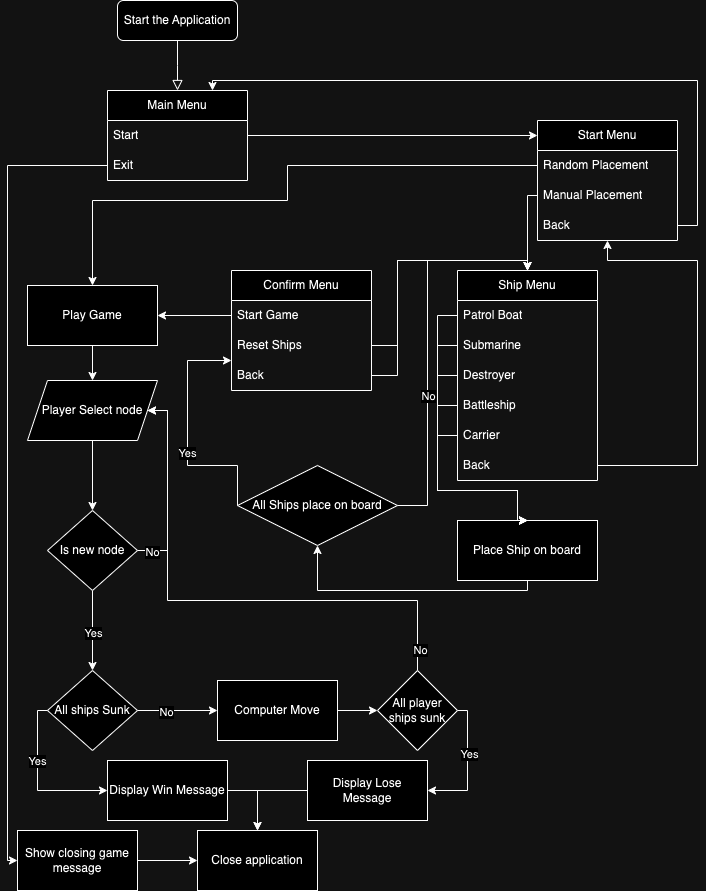
The draw.io diagram assets/documentation/flowchart.png in Hussain-Naik/PP3-Battleships, before a commit. Source tidied: cells renumbered, new cells last; positions are measured from the earlier drawing's top-left corner, leaving out a move shared by most shapes.
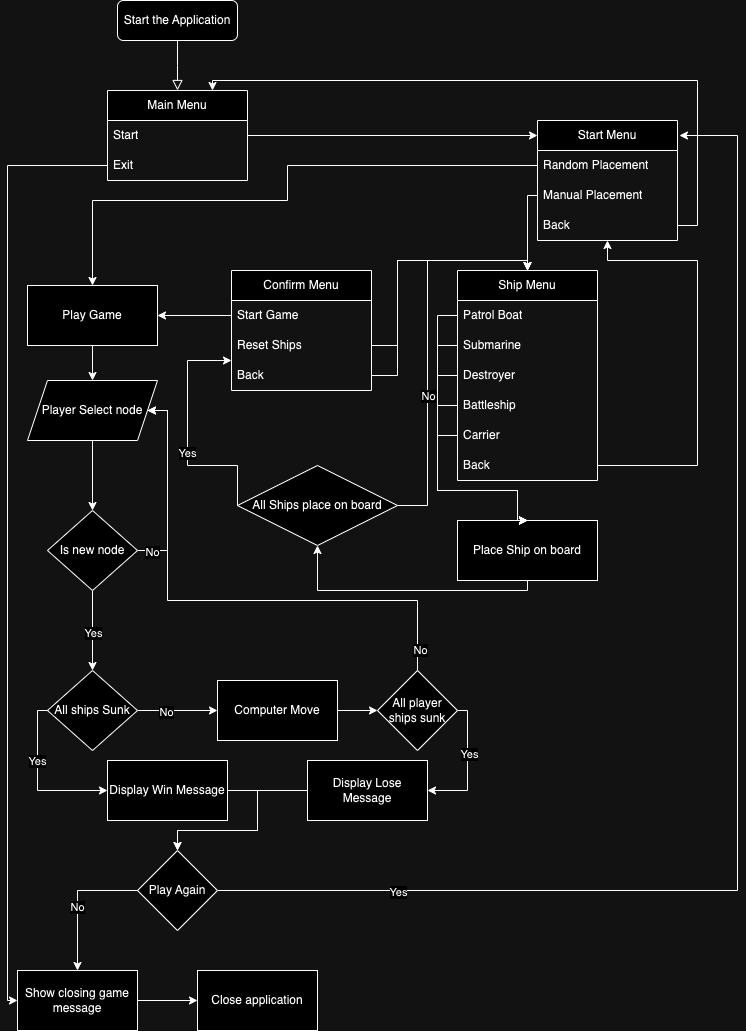
The same diagram one commit later.

Diff of the diagram source:
```diff
@@ -264,10 +264,10 @@
       <mxGeometry x="-0.85" y="-1" relative="1" as="geometry" />
     </mxCell>
     <mxCell id="61" value="Show closing game message" style="rounded=0;whiteSpace=wrap;html=1;" parent="1" vertex="1">
-      <mxGeometry y="830" width="120" height="60" as="geometry" />
+      <mxGeometry y="970" width="120" height="60" as="geometry" />
     </mxCell>
     <mxCell id="62" value="Close application" style="rounded=0;whiteSpace=wrap;html=1;" parent="1" vertex="1">
-      <mxGeometry x="180" y="830" width="120" height="60" as="geometry" />
+      <mxGeometry x="180" y="970" width="120" height="60" as="geometry" />
     </mxCell>
     <mxCell id="63" style="endArrow=classic;html=1;rounded=0;exitX=1;exitY=0.5;exitDx=0;exitDy=0;" parent="1" edge="1" source="61" target="62">
       <mxGeometry relative="1" as="geometry" />
@@ -290,11 +290,43 @@
     <mxCell id="69" value="Yes" style="edgeLabel;html=1;align=center;verticalAlign=middle;" parent="68" vertex="1">
       <mxGeometry x="-0.18" y="1" relative="1" as="geometry" />
     </mxCell>
-    <mxCell id="70" style="endArrow=classic;html=1;rounded=0;exitX=1;exitY=0.5;exitDx=0;exitDy=0;entryX=0.5;entryY=0;entryDx=0;entryDy=0;edgeStyle=orthogonalEdgeStyle;" parent="1" edge="1" source="64" target="62">
-      <mxGeometry relative="1" as="geometry" />
+    <mxCell id="70" style="endArrow=classic;html=1;rounded=0;exitX=1;exitY=0.5;exitDx=0;exitDy=0;entryX=0.5;entryY=0;entryDx=0;entryDy=0;edgeStyle=orthogonalEdgeStyle;" parent="1" edge="1" source="64" target="72">
+      <mxGeometry relative="1" as="geometry">
+        <Array as="points">
+          <mxPoint x="240" y="790" />
+          <mxPoint x="240" y="830" />
+          <mxPoint x="160" y="830" />
+        </Array>
+      </mxGeometry>
     </mxCell>
-    <mxCell id="71" style="endArrow=classic;html=1;rounded=0;exitX=0;exitY=0.5;exitDx=0;exitDy=0;entryX=0.5;entryY=0;entryDx=0;entryDy=0;edgeStyle=orthogonalEdgeStyle;" parent="1" edge="1" source="67" target="62">
-      <mxGeometry relative="1" as="geometry" />
+    <mxCell id="71" style="endArrow=classic;html=1;rounded=0;exitX=0;exitY=0.5;exitDx=0;exitDy=0;entryX=0.5;entryY=0;entryDx=0;entryDy=0;edgeStyle=orthogonalEdgeStyle;" parent="1" edge="1" source="67" target="72">
+      <mxGeometry relative="1" as="geometry">
+        <Array as="points">
+          <mxPoint x="240" y="790" />
+          <mxPoint x="240" y="830" />
+          <mxPoint x="160" y="830" />
+        </Array>
+      </mxGeometry>
     </mxCell>
+    <mxCell id="72" value="Play Again" style="rhombus;whiteSpace=wrap;html=1;" parent="1" vertex="1">
+      <mxGeometry x="120" y="850" width="80" height="80" as="geometry" />
+    </mxCell>
+    <mxCell id="73" style="endArrow=classic;html=1;rounded=0;exitX=0;exitY=0.5;exitDx=0;exitDy=0;entryX=0.5;entryY=0;entryDx=0;entryDy=0;edgeStyle=orthogonalEdgeStyle;" parent="1" edge="1" source="72" target="61">
+      <mxGeometry relative="1" as="geometry" />
+    </mxCell>
+    <mxCell id="74" value="No" style="edgeLabel;html=1;align=center;verticalAlign=middle;" parent="73" vertex="1">
+      <mxGeometry x="0.08" y="-1" relative="1" as="geometry" />
+    </mxCell>
+    <mxCell id="75" style="endArrow=classic;html=1;rounded=0;exitX=1;exitY=0.5;exitDx=0;exitDy=0;entryX=1.014;entryY=0.125;entryDx=0;entryDy=0;entryPerimeter=0;edgeStyle=orthogonalEdgeStyle;" parent="1" edge="1" source="72" target="21">
+      <mxGeometry relative="1" as="geometry">
+        <Array as="points">
+          <mxPoint x="720" y="890" />
+          <mxPoint x="720" y="135" />
+        </Array>
+      </mxGeometry>
+    </mxCell>
+    <mxCell id="76" value="Yes" style="edgeLabel;html=1;align=center;verticalAlign=middle;" parent="75" vertex="1">
+      <mxGeometry x="-0.73" y="-1" relative="1" as="geometry" />
+    </mxCell>
   </root>
 </mxGraphModel>
```
